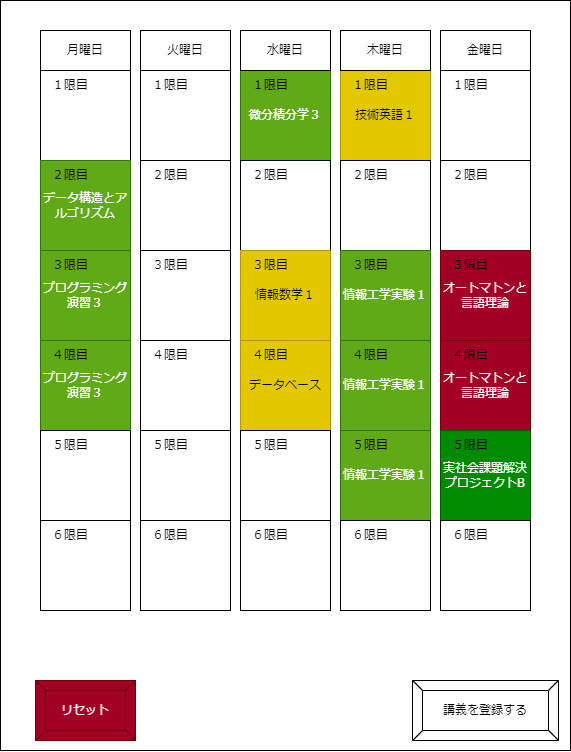
Above: 振る舞い図/画面項目図/画面項目図＿時間割表示画面.drawio.png in masaki1234567/psp4 (draw.io), before the change. Source tidied: cells renumbered, new cells last; positions are measured from the earlier drawing's top-left corner, leaving out a move shared by most shapes.
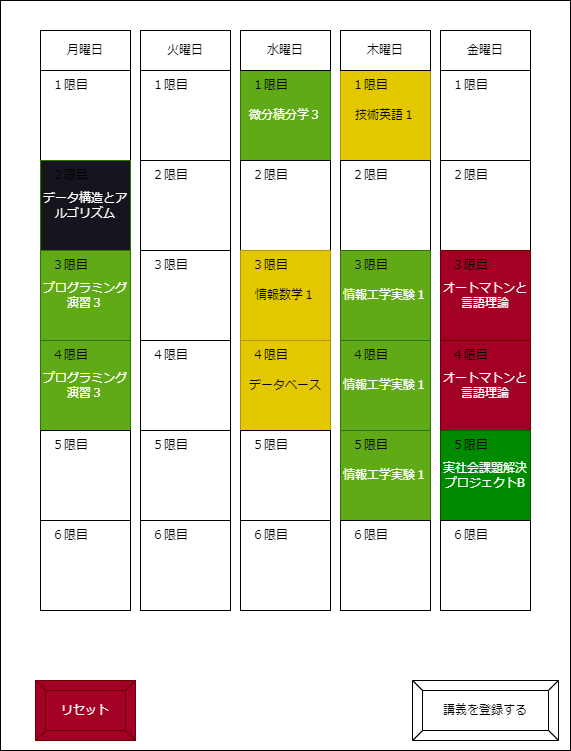
The same diagram one commit later.

What changed in the source:
```diff
@@ -8,7 +8,7 @@
     <mxCell id="3" style="whiteSpace=wrap;html=1;" parent="1" vertex="1">
       <mxGeometry x="40" y="70" width="90" height="90" as="geometry" />
     </mxCell>
-    <mxCell id="4" value="データ構造とアルゴリズム" style="whiteSpace=wrap;html=1;fillColor=#60a917;fontColor=#ffffff;strokeColor=#2D7600;" parent="1" vertex="1">
+    <mxCell id="4" value="データ構造とアルゴリズム" style="whiteSpace=wrap;html=1;fillColor=#18141D;fontColor=#ffffff;strokeColor=#2D7600;" parent="1" vertex="1">
       <mxGeometry x="40" y="160" width="90" height="90" as="geometry" />
     </mxCell>
     <mxCell id="5" value="プログラミング演習３" style="whiteSpace=wrap;html=1;fillColor=#60a917;fontColor=#ffffff;strokeColor=#2D7600;" parent="1" vertex="1">
```
